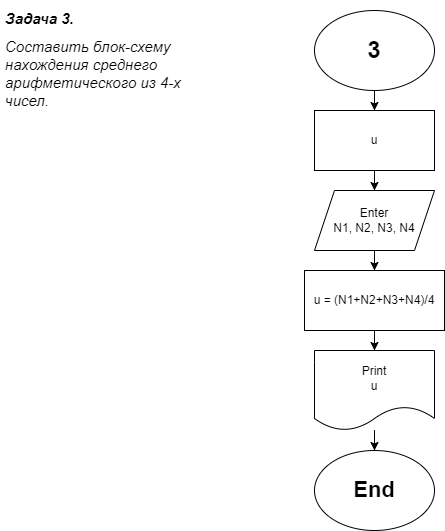
Earlier version of the draw.io export ДЗ_задача3.drawio.png (napaser88/Homeworks). Source tidied: cells renumbered, new cells last; positions are measured from the earlier drawing's top-left corner, leaving out a move shared by most shapes. Source of this version:
```xml
<mxGraphModel>
  <root>
    <mxCell id="0" />
    <mxCell id="1" parent="0" />
    <mxCell id="2" value="&lt;h1 style=&quot;font-size: 15px;&quot;&gt;Задача 3.&lt;/h1&gt;&lt;div style=&quot;font-size: 15px;&quot;&gt;Составить блок-схему нахождения среднего арифметического из 4-х чисел.&lt;br style=&quot;font-size: 15px;&quot;&gt;&lt;/div&gt;" style="text;html=1;strokeColor=none;fillColor=none;spacing=5;spacingTop=-20;whiteSpace=wrap;overflow=hidden;rounded=0;align=left;fontStyle=2;labelBackgroundColor=none;fontSize=15;" parent="1" vertex="1">
      <mxGeometry width="190" height="100" as="geometry" />
    </mxCell>
    <mxCell id="3" style="edgeStyle=orthogonalEdgeStyle;rounded=0;jettySize=auto;html=1;" parent="1" edge="1" source="4" target="8">
      <mxGeometry relative="1" as="geometry" />
    </mxCell>
    <mxCell id="4" value="&lt;h1&gt;3&lt;/h1&gt;" style="ellipse;whiteSpace=wrap;html=1;" parent="1" vertex="1">
      <mxGeometry x="314" width="120" height="80" as="geometry" />
    </mxCell>
    <mxCell id="5" style="edgeStyle=orthogonalEdgeStyle;rounded=0;jettySize=auto;html=1;" parent="1" edge="1" source="6" target="10">
      <mxGeometry relative="1" as="geometry" />
    </mxCell>
    <mxCell id="6" value="Enter&lt;br&gt;N1, N2, N3, N4" style="shape=parallelogram;perimeter=parallelogramPerimeter;whiteSpace=wrap;html=1;fixedSize=1;" parent="1" vertex="1">
      <mxGeometry x="314" y="180" width="120" height="60" as="geometry" />
    </mxCell>
    <mxCell id="7" style="edgeStyle=orthogonalEdgeStyle;rounded=0;jettySize=auto;html=1;" parent="1" edge="1" source="8" target="6">
      <mxGeometry relative="1" as="geometry" />
    </mxCell>
    <mxCell id="8" value="u" style="rounded=0;whiteSpace=wrap;html=1;" parent="1" vertex="1">
      <mxGeometry x="314" y="100" width="120" height="60" as="geometry" />
    </mxCell>
    <mxCell id="9" style="edgeStyle=orthogonalEdgeStyle;rounded=0;jettySize=auto;html=1;" parent="1" edge="1" source="10" target="12">
      <mxGeometry relative="1" as="geometry" />
    </mxCell>
    <mxCell id="10" value="u = (N1+N2+N3+N4)/4" style="whiteSpace=wrap;html=1;" parent="1" vertex="1">
      <mxGeometry x="304" y="260" width="140" height="60" as="geometry" />
    </mxCell>
    <mxCell id="11" style="edgeStyle=orthogonalEdgeStyle;rounded=0;jettySize=auto;html=1;" parent="1" edge="1" source="12" target="13">
      <mxGeometry relative="1" as="geometry" />
    </mxCell>
    <mxCell id="12" value="Print&lt;br&gt;u" style="shape=document;whiteSpace=wrap;html=1;boundedLbl=1;" parent="1" vertex="1">
      <mxGeometry x="314" y="340" width="120" height="80" as="geometry" />
    </mxCell>
    <mxCell id="13" value="&lt;b style=&quot;font-size: 22px;&quot;&gt;End&lt;/b&gt;" style="ellipse;whiteSpace=wrap;html=1;fontSize=22;" parent="1" vertex="1">
      <mxGeometry x="314" y="440" width="120" height="80" as="geometry" />
    </mxCell>
  </root>
</mxGraphModel>
```
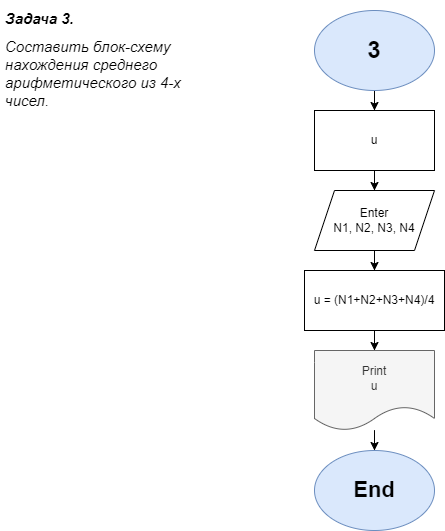
Above is the later version.

Diff of the diagram source:
```diff
@@ -8,7 +8,7 @@
     <mxCell id="3" style="edgeStyle=orthogonalEdgeStyle;rounded=0;jettySize=auto;html=1;" parent="1" edge="1" source="4" target="8">
       <mxGeometry relative="1" as="geometry" />
     </mxCell>
-    <mxCell id="4" value="&lt;h1&gt;3&lt;/h1&gt;" style="ellipse;whiteSpace=wrap;html=1;" parent="1" vertex="1">
+    <mxCell id="4" value="&lt;h1&gt;3&lt;/h1&gt;" style="ellipse;whiteSpace=wrap;html=1;fillColor=#dae8fc;strokeColor=#6c8ebf;" parent="1" vertex="1">
       <mxGeometry x="314" width="120" height="80" as="geometry" />
     </mxCell>
     <mxCell id="5" style="edgeStyle=orthogonalEdgeStyle;rounded=0;jettySize=auto;html=1;" parent="1" edge="1" source="6" target="10">
@@ -32,10 +32,10 @@
     <mxCell id="11" style="edgeStyle=orthogonalEdgeStyle;rounded=0;jettySize=auto;html=1;" parent="1" edge="1" source="12" target="13">
       <mxGeometry relative="1" as="geometry" />
     </mxCell>
-    <mxCell id="12" value="Print&lt;br&gt;u" style="shape=document;whiteSpace=wrap;html=1;boundedLbl=1;" parent="1" vertex="1">
+    <mxCell id="12" value="Print&lt;br&gt;u" style="shape=document;whiteSpace=wrap;html=1;boundedLbl=1;fillColor=#f5f5f5;fontColor=#333333;strokeColor=#666666;" parent="1" vertex="1">
       <mxGeometry x="314" y="340" width="120" height="80" as="geometry" />
     </mxCell>
-    <mxCell id="13" value="&lt;b style=&quot;font-size: 22px;&quot;&gt;End&lt;/b&gt;" style="ellipse;whiteSpace=wrap;html=1;fontSize=22;" parent="1" vertex="1">
+    <mxCell id="13" value="&lt;b style=&quot;font-size: 22px;&quot;&gt;End&lt;/b&gt;" style="ellipse;whiteSpace=wrap;html=1;fontSize=22;fillColor=#dae8fc;strokeColor=#6c8ebf;" parent="1" vertex="1">
       <mxGeometry x="314" y="440" width="120" height="80" as="geometry" />
     </mxCell>
   </root>
```
